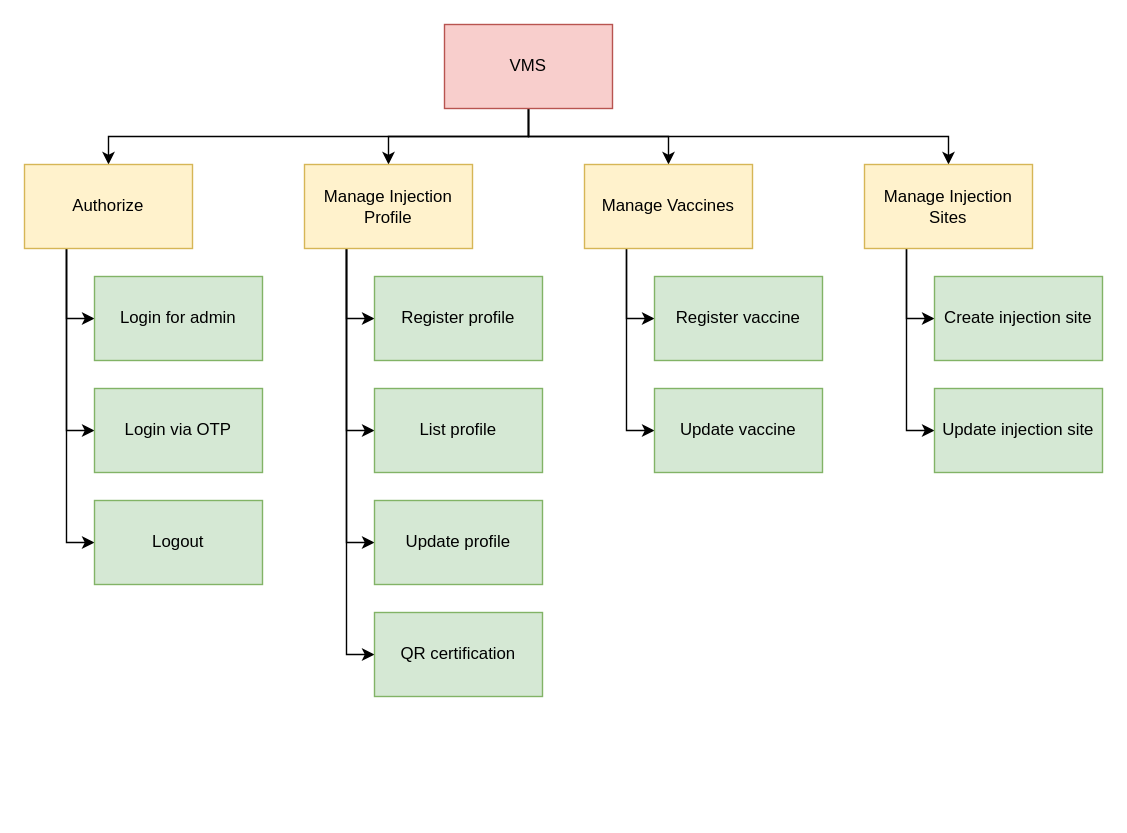
Earlier version of the draw.io diagram page "BFD" (1 of 3) of docs/design.drawio (censodev/aptech_prj600). Source tidied: cells renumbered, new cells numbered last; positions are measured from the earlier drawing's top-left corner, leaving out a move shared by most shapes. Both pictures are drawn from the tidied source at 140%, with x=0, y=0 at pixel (24, 24).
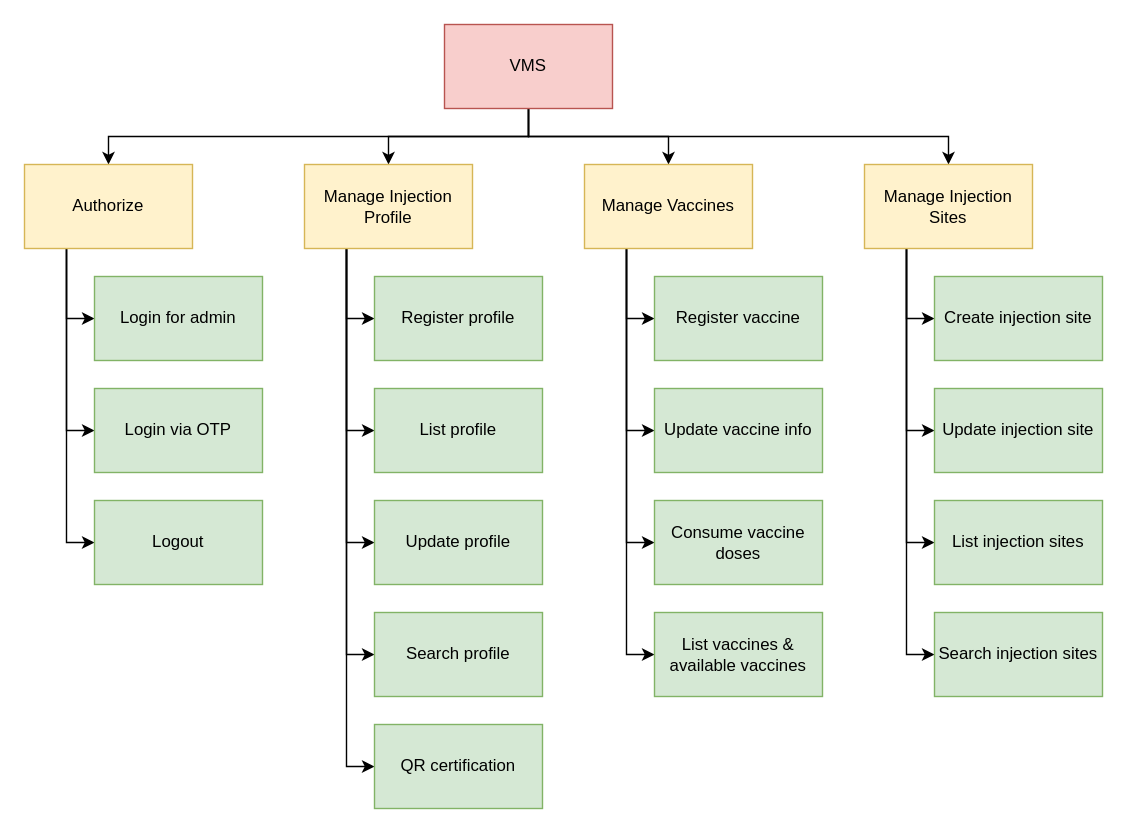
The same diagram, later.

Unchanged cells that the change refers to:
```xml
<mxCell id="17" value="Manage Injection Profile" style="rounded=0;whiteSpace=wrap;html=1;fillColor=#fff2cc;strokeColor=#d6b656;" parent="1" vertex="1">
  <mxGeometry x="200" y="100" width="120" height="60" as="geometry" />
</mxCell>
<mxCell id="22" value="Manage Vaccines" style="rounded=0;whiteSpace=wrap;html=1;fillColor=#fff2cc;strokeColor=#d6b656;" parent="1" vertex="1">
  <mxGeometry x="400" y="100" width="120" height="60" as="geometry" />
</mxCell>
<mxCell id="28" value="Manage Injection Sites" style="rounded=0;whiteSpace=wrap;html=1;fillColor=#fff2cc;strokeColor=#d6b656;" parent="1" vertex="1">
  <mxGeometry x="600" y="100" width="120" height="60" as="geometry" />
</mxCell>
```

The edit, as a diff of the source:
```diff
@@
+    <mxCell id="33" style="edgeStyle=orthogonalEdgeStyle;rounded=0;jettySize=auto;html=1;exitX=0.25;exitY=1;exitDx=0;exitDy=0;entryX=0;entryY=0.5;entryDx=0;entryDy=0;endArrow=classic;endFill=1;" parent="1" edge="1" source="17" target="42">
+      <mxGeometry relative="1" as="geometry" />
+    </mxCell>
@@
+    <mxCell id="34" style="edgeStyle=orthogonalEdgeStyle;rounded=0;jettySize=auto;html=1;exitX=0.25;exitY=1;exitDx=0;exitDy=0;entryX=0;entryY=0.5;entryDx=0;entryDy=0;endArrow=classic;endFill=1;" parent="1" edge="1" source="22" target="38">
+      <mxGeometry relative="1" as="geometry" />
+    </mxCell>
+    <mxCell id="35" style="edgeStyle=orthogonalEdgeStyle;rounded=0;jettySize=auto;html=1;exitX=0.25;exitY=1;exitDx=0;exitDy=0;entryX=0;entryY=0.5;entryDx=0;entryDy=0;endArrow=classic;endFill=1;" parent="1" edge="1" source="22" target="39">
+      <mxGeometry relative="1" as="geometry" />
+    </mxCell>
@@
     <mxCell id="25" value="QR certification" style="rounded=0;whiteSpace=wrap;html=1;fillColor=#d5e8d4;strokeColor=#82b366;" parent="1" vertex="1">
-      <mxGeometry x="250" y="420" width="120" height="60" as="geometry" />
+      <mxGeometry x="250" y="500" width="120" height="60" as="geometry" />
     </mxCell>
@@
+    <mxCell id="36" style="edgeStyle=orthogonalEdgeStyle;rounded=0;jettySize=auto;html=1;exitX=0.25;exitY=1;exitDx=0;exitDy=0;entryX=0;entryY=0.5;entryDx=0;entryDy=0;endArrow=classic;endFill=1;" parent="1" edge="1" source="28" target="40">
+      <mxGeometry relative="1" as="geometry" />
+    </mxCell>
+    <mxCell id="37" style="edgeStyle=orthogonalEdgeStyle;rounded=0;jettySize=auto;html=1;exitX=0.25;exitY=1;exitDx=0;exitDy=0;entryX=0;entryY=0.5;entryDx=0;entryDy=0;endArrow=classic;endFill=1;" parent="1" edge="1" source="28" target="41">
+      <mxGeometry relative="1" as="geometry" />
+    </mxCell>
@@
-    <mxCell id="30" value="Update vaccine" style="rounded=0;whiteSpace=wrap;html=1;fillColor=#d5e8d4;strokeColor=#82b366;" parent="1" vertex="1">
+    <mxCell id="30" value="Update vaccine info" style="rounded=0;whiteSpace=wrap;html=1;fillColor=#d5e8d4;strokeColor=#82b366;" parent="1" vertex="1">
       <mxGeometry x="450" y="260" width="120" height="60" as="geometry" />
     </mxCell>
@@
+    <mxCell id="38" value="Consume vaccine doses" style="rounded=0;whiteSpace=wrap;html=1;fillColor=#d5e8d4;strokeColor=#82b366;" parent="1" vertex="1">
+      <mxGeometry x="450" y="340" width="120" height="60" as="geometry" />
+    </mxCell>
+    <mxCell id="39" value="List vaccines &amp;amp; available vaccines" style="rounded=0;whiteSpace=wrap;html=1;fillColor=#d5e8d4;strokeColor=#82b366;" parent="1" vertex="1">
+      <mxGeometry x="450" y="420" width="120" height="60" as="geometry" />
+    </mxCell>
+    <mxCell id="40" value="List injection sites" style="rounded=0;whiteSpace=wrap;html=1;fillColor=#d5e8d4;strokeColor=#82b366;" parent="1" vertex="1">
+      <mxGeometry x="650" y="340" width="120" height="60" as="geometry" />
+    </mxCell>
+    <mxCell id="41" value="Search injection sites" style="rounded=0;whiteSpace=wrap;html=1;fillColor=#d5e8d4;strokeColor=#82b366;" parent="1" vertex="1">
+      <mxGeometry x="650" y="420" width="120" height="60" as="geometry" />
+    </mxCell>
+    <mxCell id="42" value="Search profile" style="rounded=0;whiteSpace=wrap;html=1;fillColor=#d5e8d4;strokeColor=#82b366;" parent="1" vertex="1">
+      <mxGeometry x="250" y="420" width="120" height="60" as="geometry" />
+    </mxCell>
```
